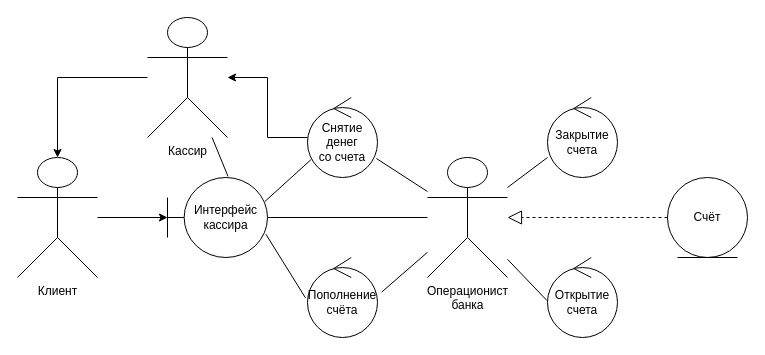
Earlier version of the draw.io diagram bank.drawio (NotReptile/DrawIO). Source tidied: cells renumbered, new cells numbered last; positions are measured from the earlier drawing's top-left corner, leaving out a move shared by most shapes. Both pictures are drawn from the tidied source at 100%, with x=0, y=0 at pixel (17, 17).
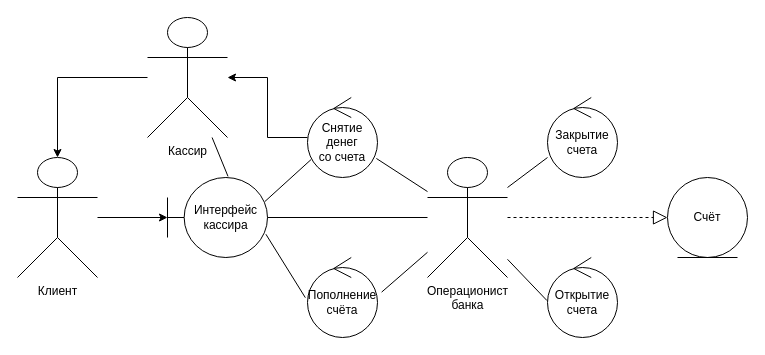
After the change.

Unchanged cells that the change refers to:
```xml
<mxCell id="4" value="Счёт" style="ellipse;shape=umlEntity;whiteSpace=wrap;html=1;" parent="1" vertex="1">
  <mxGeometry x="650" y="160" width="80" height="80" as="geometry" />
</mxCell>
<mxCell id="5" value="Операционист&lt;br&gt;банка" style="shape=umlActor;verticalLabelPosition=bottom;verticalAlign=top;html=1;" parent="1" vertex="1">
  <mxGeometry x="410" y="140" width="80" height="120" as="geometry" />
</mxCell>
```

Diff of the diagram source:
```diff
@@
-    <mxCell id="22" style="endArrow=block;dashed=1;endFill=0;endSize=12;html=1;rounded=0;exitX=0;exitY=0.5;exitDx=0;exitDy=0;" parent="1" edge="1" source="4" target="5">
+    <mxCell id="22" style="endArrow=block;dashed=1;endFill=0;endSize=12;html=1;rounded=0;entryX=0;entryY=0.5;entryDx=0;entryDy=0;" parent="1" edge="1" source="5" target="4">
       <mxGeometry relative="1" as="geometry" />
     </mxCell>
```
